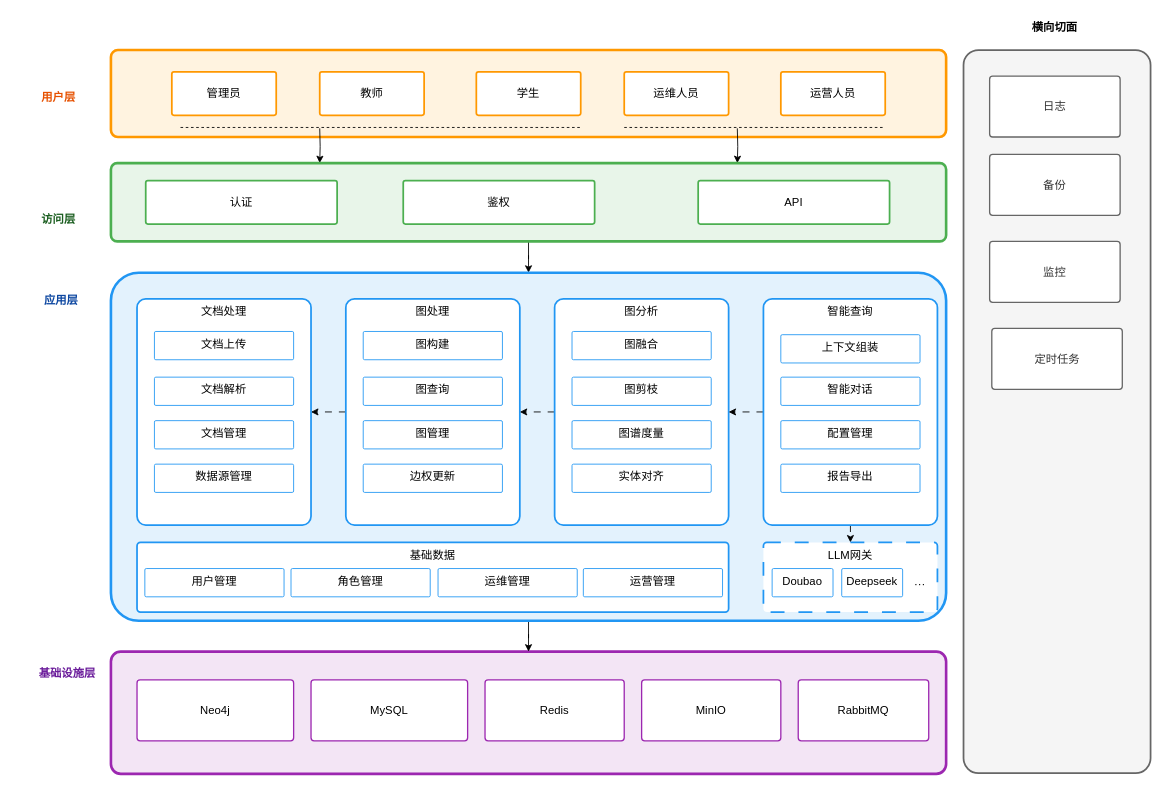
Eliauk-L/GraphNexus keeps this draw.io diagram as docs/design-view/dev-view/diagrams/structure/layered-architecture.drawio. Above is the earlier version. Source tidied: cells renumbered, new cells numbered last; positions are measured from the earlier drawing's top-left corner, leaving out a move shared by most shapes. Both pictures are drawn from the tidied source at 87%, with x=0, y=0 at pixel (15, 15).
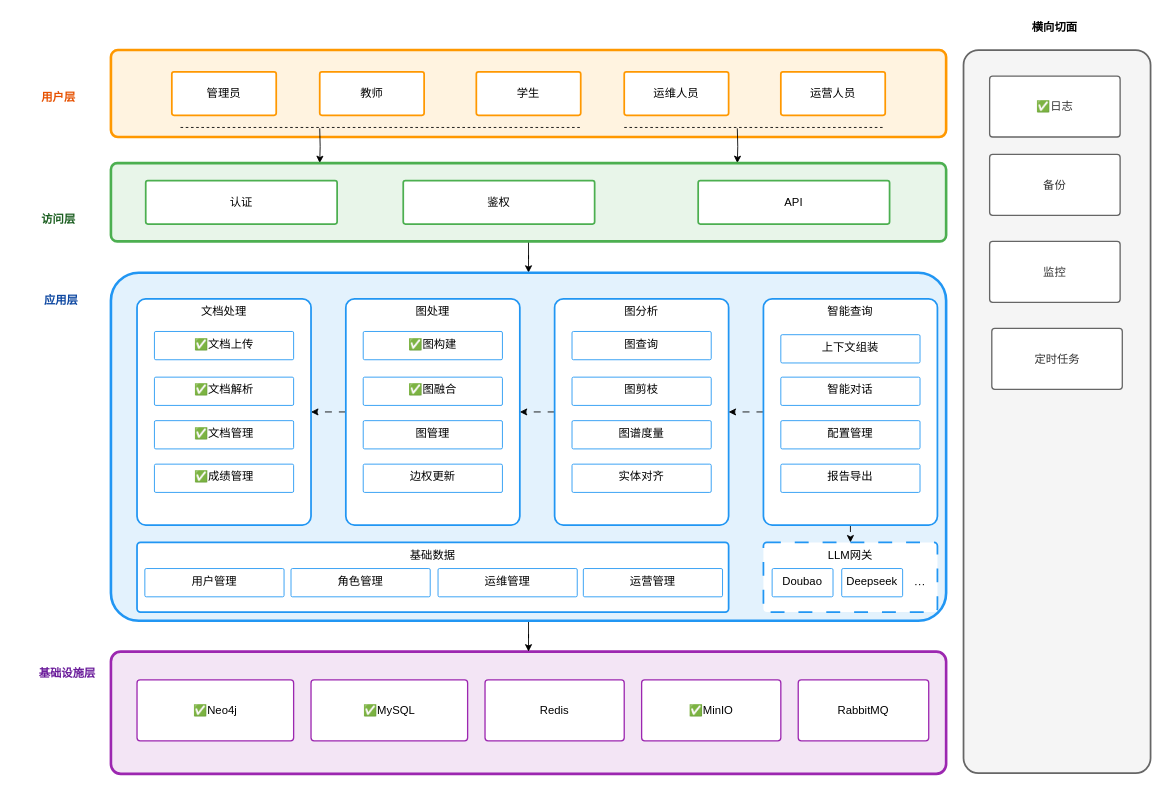
Above is the later version.

Diff of the diagram source:
```diff
@@
-    <mxCell id="8" value="Neo4j" style="rounded=1;whiteSpace=wrap;fillColor=#ffffff;strokeColor=#9C27B0;strokeWidth=1.5;fontSize=13;arcSize=5;align=center;" parent="1" vertex="1">
+    <mxCell id="8" value="✅Neo4j" style="rounded=1;whiteSpace=wrap;fillColor=#ffffff;strokeColor=#9C27B0;strokeWidth=1.5;fontSize=13;arcSize=5;align=center;" parent="1" vertex="1">
       <mxGeometry x="140" y="764" width="180" height="70" as="geometry" />
     </mxCell>
-    <mxCell id="9" value="MySQL" style="rounded=1;whiteSpace=wrap;fillColor=#ffffff;strokeColor=#9C27B0;strokeWidth=1.5;fontSize=13;arcSize=5;align=center;" parent="1" vertex="1">
+    <mxCell id="9" value="✅MySQL" style="rounded=1;whiteSpace=wrap;fillColor=#ffffff;strokeColor=#9C27B0;strokeWidth=1.5;fontSize=13;arcSize=5;align=center;" parent="1" vertex="1">
       <mxGeometry x="340" y="764" width="180" height="70" as="geometry" />
     </mxCell>
@@
-    <mxCell id="11" value="MinIO" style="rounded=1;whiteSpace=wrap;fillColor=#ffffff;strokeColor=#9C27B0;strokeWidth=1.5;fontSize=13;arcSize=5;align=center;" parent="1" vertex="1">
+    <mxCell id="11" value="✅MinIO" style="rounded=1;whiteSpace=wrap;fillColor=#ffffff;strokeColor=#9C27B0;strokeWidth=1.5;fontSize=13;arcSize=5;align=center;" parent="1" vertex="1">
       <mxGeometry x="720" y="764" width="160" height="70" as="geometry" />
     </mxCell>
@@
-    <mxCell id="35" value="日志" style="rounded=1;whiteSpace=wrap;strokeWidth=1.5;fontSize=13;arcSize=5;align=center;fillColor=default;fontColor=#333333;strokeColor=#666666;" parent="1" vertex="1">
+    <mxCell id="35" value="✅日志" style="rounded=1;whiteSpace=wrap;strokeWidth=1.5;fontSize=13;arcSize=5;align=center;fillColor=default;fontColor=#333333;strokeColor=#666666;" parent="1" vertex="1">
       <mxGeometry x="1120" y="70" width="150" height="70" as="geometry" />
     </mxCell>
@@
-    <mxCell id="42" value="文档上传&#10;" style="rounded=1;whiteSpace=wrap;fillColor=#ffffff;strokeColor=#2196F3;strokeWidth=1;fontSize=13;arcSize=5;align=center;verticalAlign=top;" parent="1" vertex="1">
+    <mxCell id="42" value="✅文档上传" style="rounded=1;whiteSpace=wrap;fillColor=#ffffff;strokeColor=#2196F3;strokeWidth=1;fontSize=13;arcSize=5;align=center;verticalAlign=top;" parent="1" vertex="1">
       <mxGeometry x="160" y="363.5" width="160" height="32.5" as="geometry" />
     </mxCell>
-    <mxCell id="43" value="文档解析&#10;" style="rounded=1;whiteSpace=wrap;fillColor=#ffffff;strokeColor=#2196F3;strokeWidth=1;fontSize=13;arcSize=5;align=center;verticalAlign=top;" parent="1" vertex="1">
+    <mxCell id="43" value="✅文档解析" style="rounded=1;whiteSpace=wrap;fillColor=#ffffff;strokeColor=#2196F3;strokeWidth=1;fontSize=13;arcSize=5;align=center;verticalAlign=top;" parent="1" vertex="1">
       <mxGeometry x="160" y="416" width="160" height="32.5" as="geometry" />
     </mxCell>
-    <mxCell id="44" value="文档管理" style="rounded=1;whiteSpace=wrap;fillColor=#ffffff;strokeColor=#2196F3;strokeWidth=1;fontSize=13;arcSize=5;align=center;verticalAlign=top;" parent="1" vertex="1">
+    <mxCell id="44" value="✅文档管理" style="rounded=1;whiteSpace=wrap;fillColor=#ffffff;strokeColor=#2196F3;strokeWidth=1;fontSize=13;arcSize=5;align=center;verticalAlign=top;" parent="1" vertex="1">
       <mxGeometry x="160" y="466" width="160" height="32.5" as="geometry" />
     </mxCell>
-    <mxCell id="45" value="图构建" style="rounded=1;whiteSpace=wrap;fillColor=#ffffff;strokeColor=#2196F3;strokeWidth=1;fontSize=13;arcSize=5;align=center;verticalAlign=top;" parent="1" vertex="1">
+    <mxCell id="45" value="✅图构建" style="rounded=1;whiteSpace=wrap;fillColor=#ffffff;strokeColor=#2196F3;strokeWidth=1;fontSize=13;arcSize=5;align=center;verticalAlign=top;" parent="1" vertex="1">
       <mxGeometry x="400" y="363.5" width="160" height="32.5" as="geometry" />
     </mxCell>
-    <mxCell id="46" value="图查询" style="rounded=1;whiteSpace=wrap;fillColor=#ffffff;strokeColor=#2196F3;strokeWidth=1;fontSize=13;arcSize=5;align=center;verticalAlign=top;" parent="1" vertex="1">
+    <mxCell id="46" value="✅图融合" style="rounded=1;whiteSpace=wrap;fillColor=#ffffff;strokeColor=#2196F3;strokeWidth=1;fontSize=13;arcSize=5;align=center;verticalAlign=top;" parent="1" vertex="1">
       <mxGeometry x="400" y="416" width="160" height="32.5" as="geometry" />
     </mxCell>
-    <mxCell id="47" value="图融合" style="rounded=1;whiteSpace=wrap;fillColor=#ffffff;strokeColor=#2196F3;strokeWidth=1;fontSize=13;arcSize=5;align=center;verticalAlign=top;" parent="1" vertex="1">
+    <mxCell id="47" value="图查询" style="rounded=1;whiteSpace=wrap;fillColor=#ffffff;strokeColor=#2196F3;strokeWidth=1;fontSize=13;arcSize=5;align=center;verticalAlign=top;" parent="1" vertex="1">
       <mxGeometry x="640" y="363.5" width="160" height="32.5" as="geometry" />
     </mxCell>
@@
-    <mxCell id="54" value="数据源管理" style="rounded=1;whiteSpace=wrap;fillColor=#ffffff;strokeColor=#2196F3;strokeWidth=1;fontSize=13;arcSize=5;align=center;verticalAlign=top;" parent="1" vertex="1">
+    <mxCell id="54" value="✅成绩管理" style="rounded=1;whiteSpace=wrap;fillColor=#ffffff;strokeColor=#2196F3;strokeWidth=1;fontSize=13;arcSize=5;align=center;verticalAlign=top;" parent="1" vertex="1">
       <mxGeometry x="160" y="516" width="160" height="32.5" as="geometry" />
     </mxCell>
```
